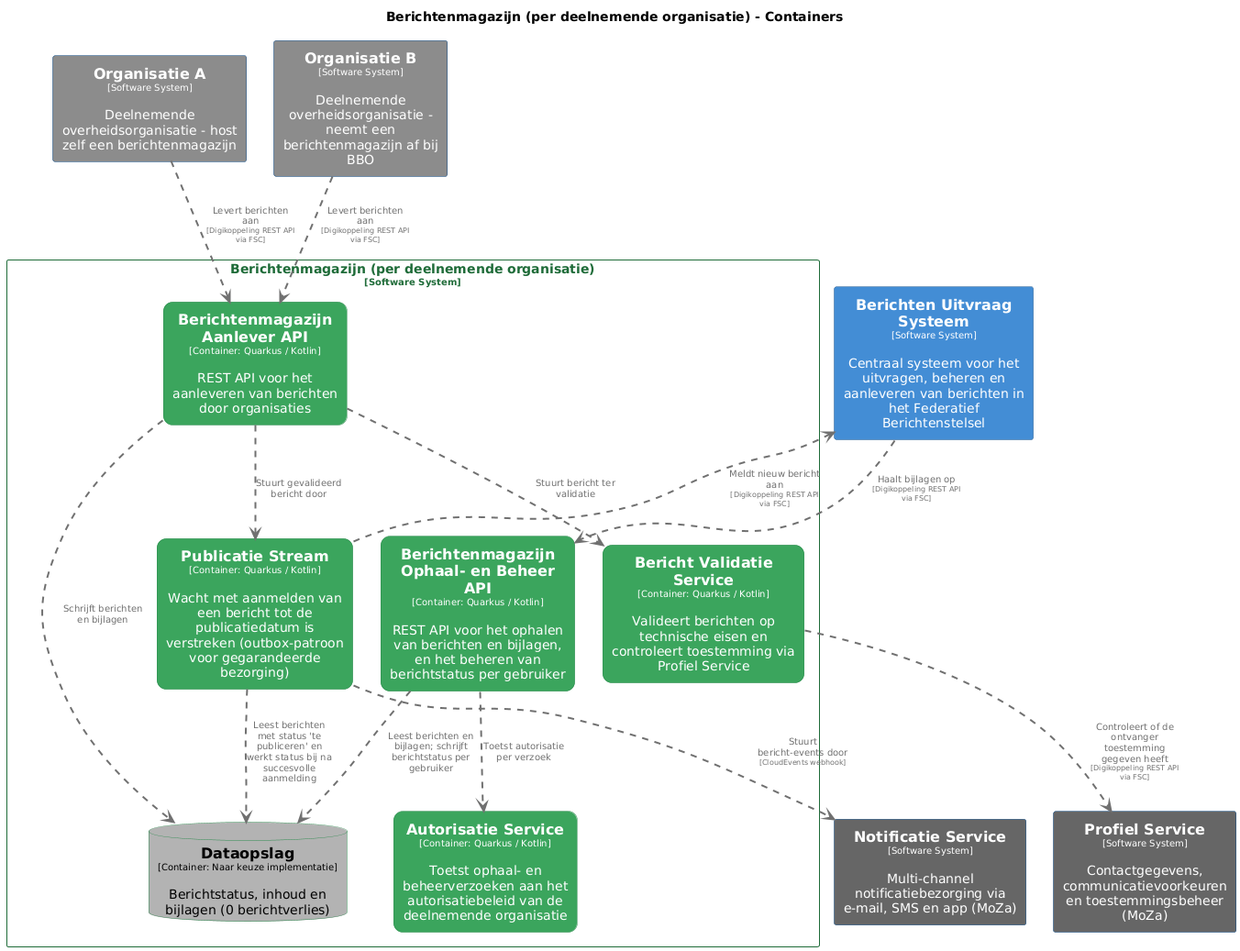
Above: pr-preview/pr-22/master/png/BerichtenmagazijnContainers.png in MinBZK/moza-poc-fbs-berichtenbox (PlantUML), before the change.
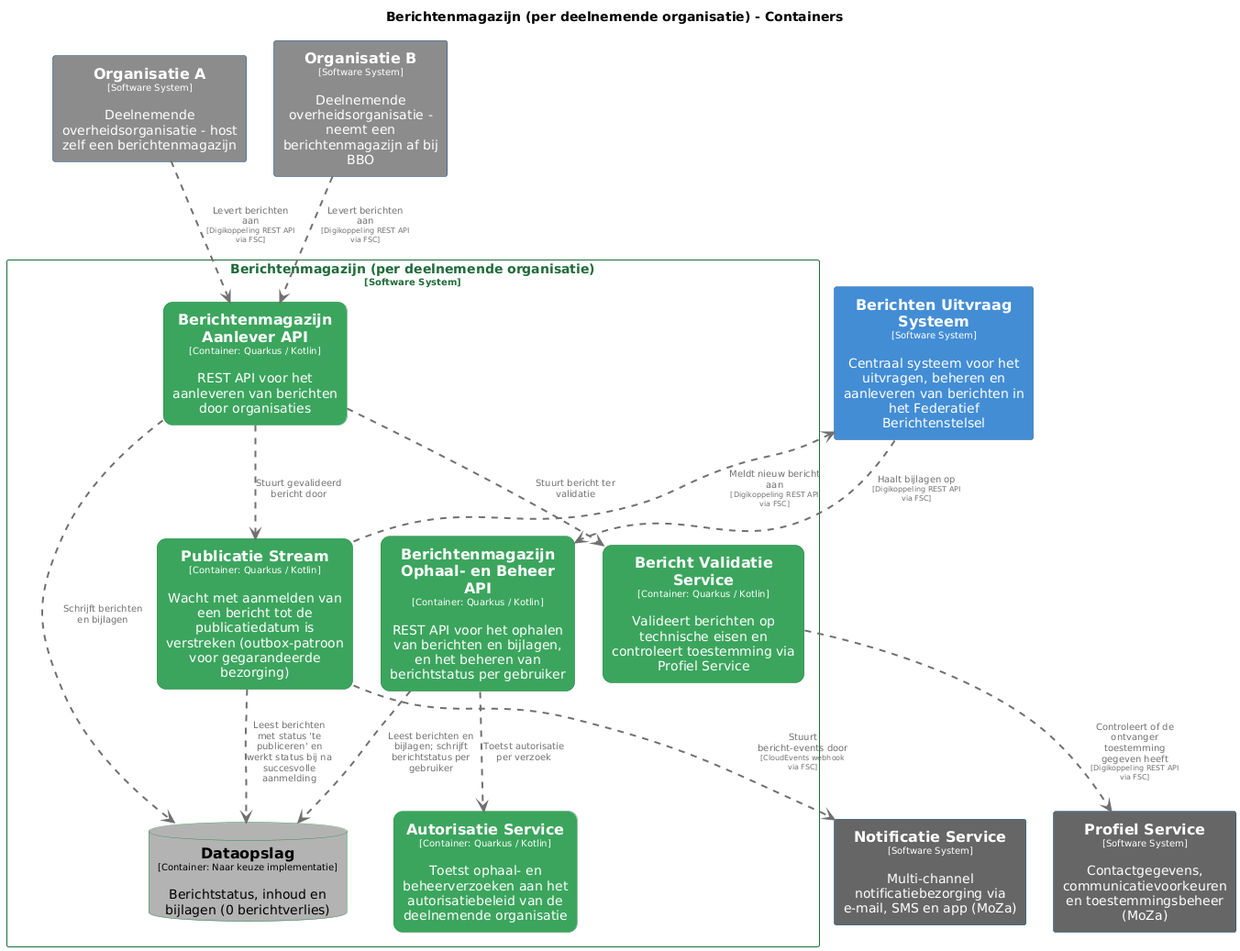
After the commit.

What changed in the source:
```diff
@@ -108,7 +108,7 @@
 }
 
 Berichtenmagazijnperdeelnemendeorganisatie.PublicatieStream .[#707070,thickness=2].> BerichtenUitvraagSysteem : "<color:#707070>Meldt nieuw bericht aan\n<color:#707070><size:8>[Digikoppeling REST API via FSC]</size>"
-Berichtenmagazijnperdeelnemendeorganisatie.PublicatieStream .[#707070,thickness=2].> NotificatieService : "<color:#707070>Stuurt bericht-events door\n<color:#707070><size:8>[CloudEvents webhook]</size>"
+Berichtenmagazijnperdeelnemendeorganisatie.PublicatieStream .[#707070,thickness=2].> NotificatieService : "<color:#707070>Stuurt bericht-events door\n<color:#707070><size:8>[CloudEvents webhook via FSC]</size>"
 OrganisatieA .[#707070,thickness=2].> Berichtenmagazijnperdeelnemendeorganisatie.BerichtenmagazijnAanleverAPI : "<color:#707070>Levert berichten aan\n<color:#707070><size:8>[Digikoppeling REST API via FSC]</size>"
 OrganisatieB .[#707070,thickness=2].> Berichtenmagazijnperdeelnemendeorganisatie.BerichtenmagazijnAanleverAPI : "<color:#707070>Levert berichten aan\n<color:#707070><size:8>[Digikoppeling REST API via FSC]</size>"
 Berichtenmagazijnperdeelnemendeorganisatie.BerichtValidatieService .[#707070,thickness=2].> ProfielService : "<color:#707070>Controleert of de ontvanger toestemming gegeven heeft\n<color:#707070><size:8>[Digikoppeling REST API via FSC]</size>"
```
